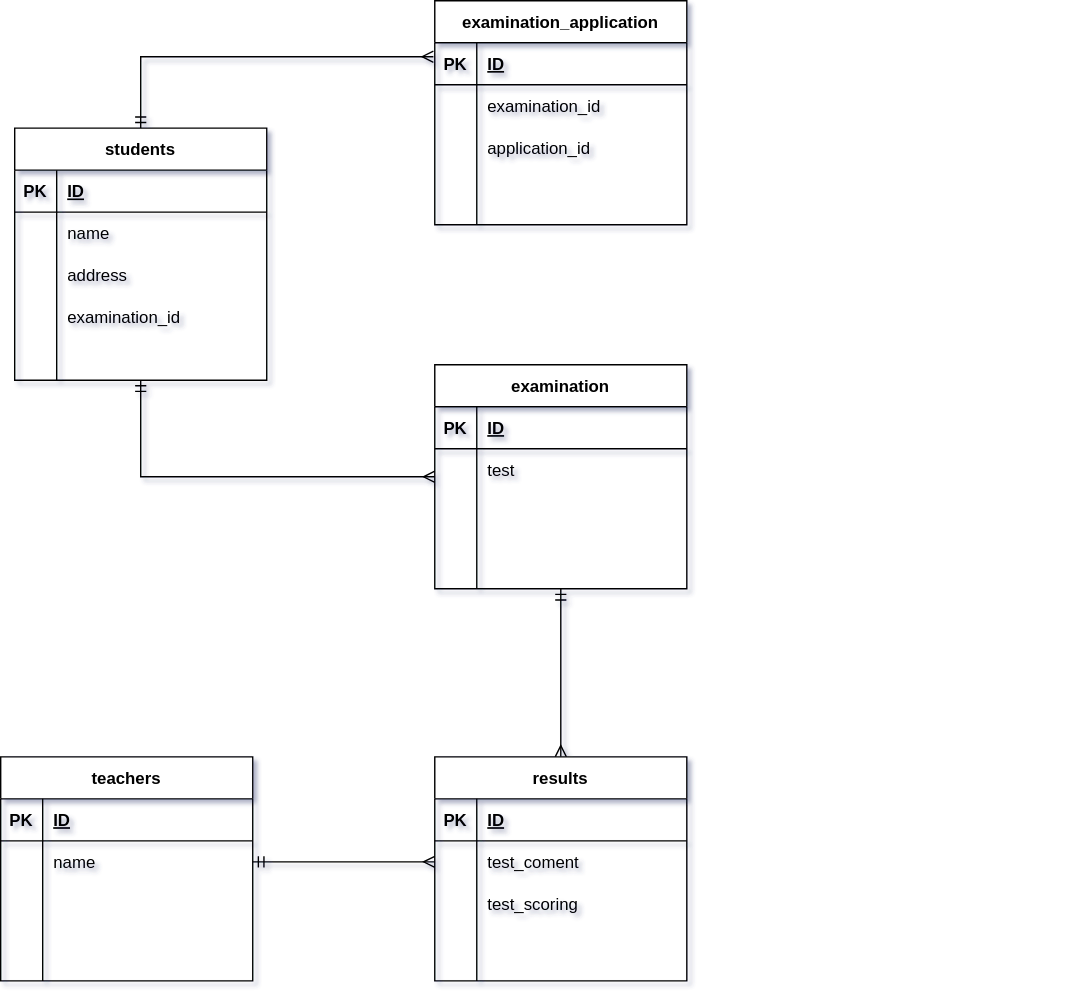
Earlier version of the draw.io export index.drawio.svg (kayo57/20210925hirayama). Source tidied: cells renumbered, new cells last; positions are measured from the earlier drawing's top-left corner, leaving out a move shared by most shapes.
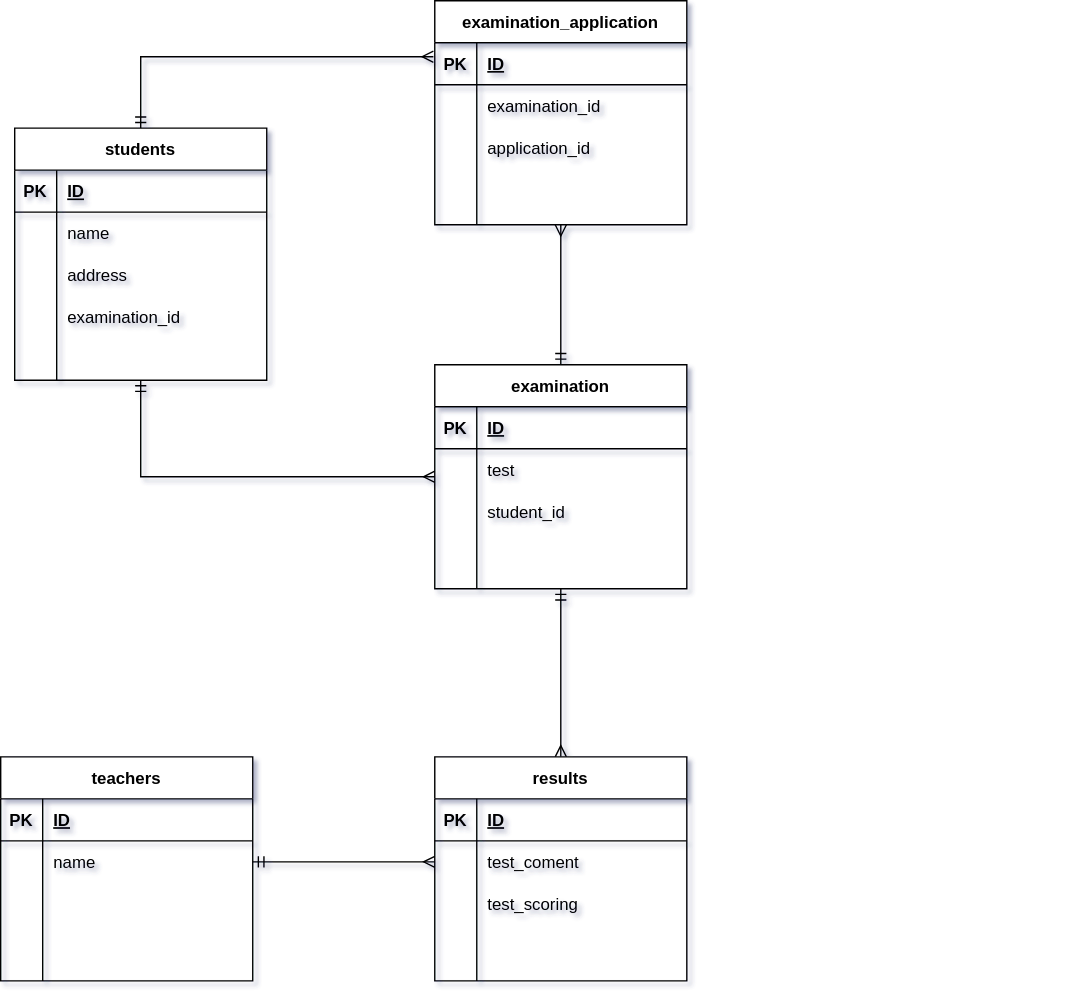
Above is the later version.

Diff of the diagram source:
```diff
@@ -105,6 +105,9 @@
     <mxCell id="31" style="edgeStyle=orthogonalEdgeStyle;rounded=0;jettySize=auto;html=1;exitX=0.5;exitY=1;exitDx=0;exitDy=0;entryX=0.5;entryY=0;entryDx=0;entryDy=0;startArrow=ERmandOne;startFill=0;endArrow=ERmany;endFill=0;" parent="1" edge="1" source="32" target="59">
       <mxGeometry relative="1" as="geometry" />
     </mxCell>
+    <mxCell id="73" style="edgeStyle=none;rounded=0;jettySize=auto;html=1;exitX=0.5;exitY=0;exitDx=0;exitDy=0;entryX=0.5;entryY=1;entryDx=0;entryDy=0;startArrow=ERmandOne;startFill=0;endArrow=ERmany;endFill=0;" parent="1" edge="1" source="32" target="46">
+      <mxGeometry relative="1" as="geometry" />
+    </mxCell>
     <mxCell id="32" value="examination" style="shape=table;startSize=30;rowLines=0;fontStyle=1;align=center;rounded=0;sketch=0;" parent="1" vertex="1">
       <mxGeometry x="310" y="260" width="180" height="160" as="geometry" />
     </mxCell>
@@ -132,7 +135,7 @@
     <mxCell id="40" style="shape=partialRectangle;fillColor=none;top=0;left=0;bottom=0;right=0;overflow=hidden;" parent="39" vertex="1">
       <mxGeometry width="30" height="30" as="geometry" />
     </mxCell>
-    <mxCell id="41" style="shape=partialRectangle;fillColor=none;top=0;left=0;bottom=0;right=0;align=left;spacingLeft=6;overflow=hidden;" parent="39" vertex="1">
+    <mxCell id="41" value="student_id" style="shape=partialRectangle;fillColor=none;top=0;left=0;bottom=0;right=0;align=left;spacingLeft=6;overflow=hidden;" parent="39" vertex="1">
       <mxGeometry x="30" width="150" height="30" as="geometry" />
     </mxCell>
     <mxCell id="42" style="shape=partialRectangle;fillColor=none;top=0;left=0;bottom=0;right=0;" parent="32" vertex="1">
```
